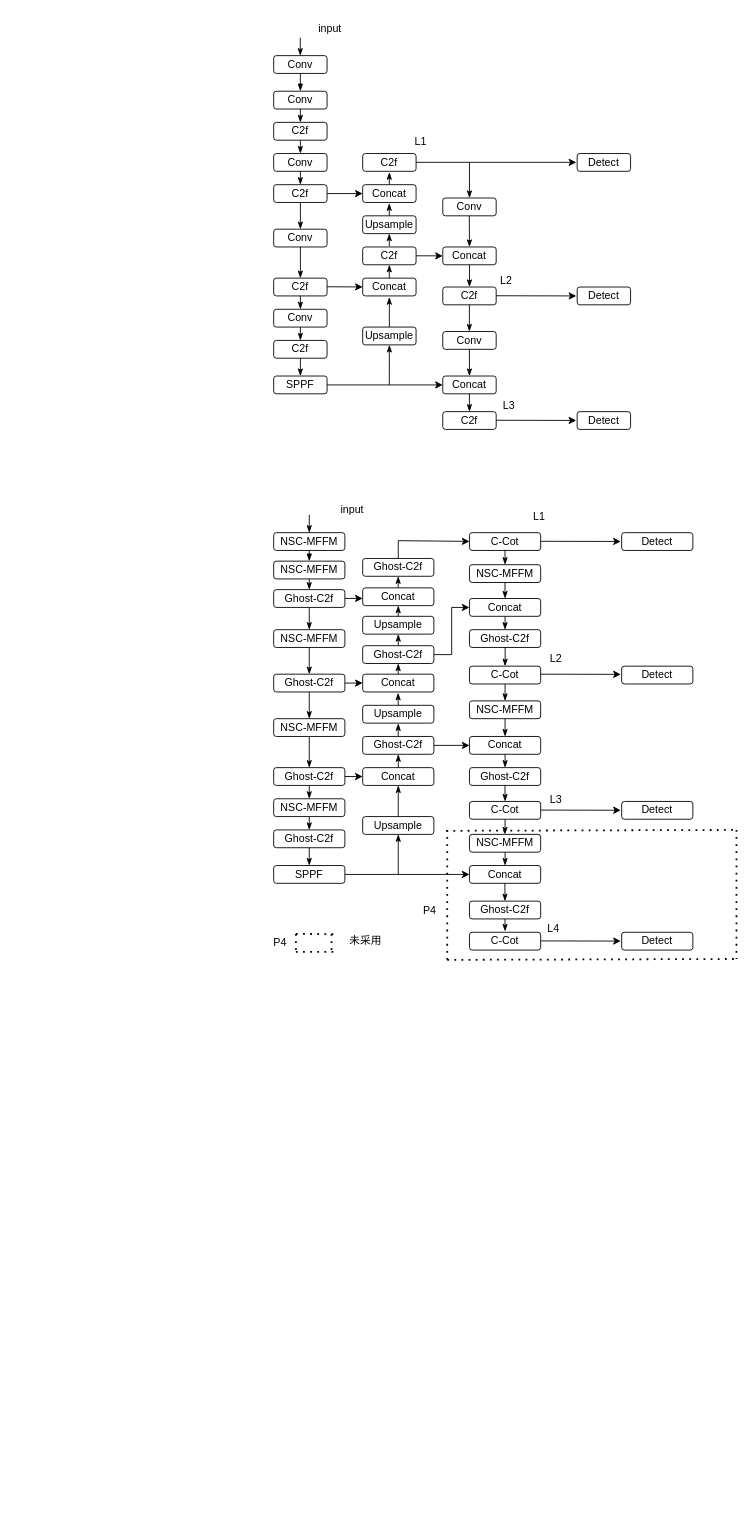
Earlier version of the draw.io diagram nscot_yolo.drawio (recluse99/tcp_ip). Source tidied: cells renumbered, new cells numbered last; positions are measured from the earlier drawing's top-left corner, leaving out a move shared by most shapes. Both pictures are drawn from the tidied source at 89%, with x=0, y=0 at pixel (264, 15).
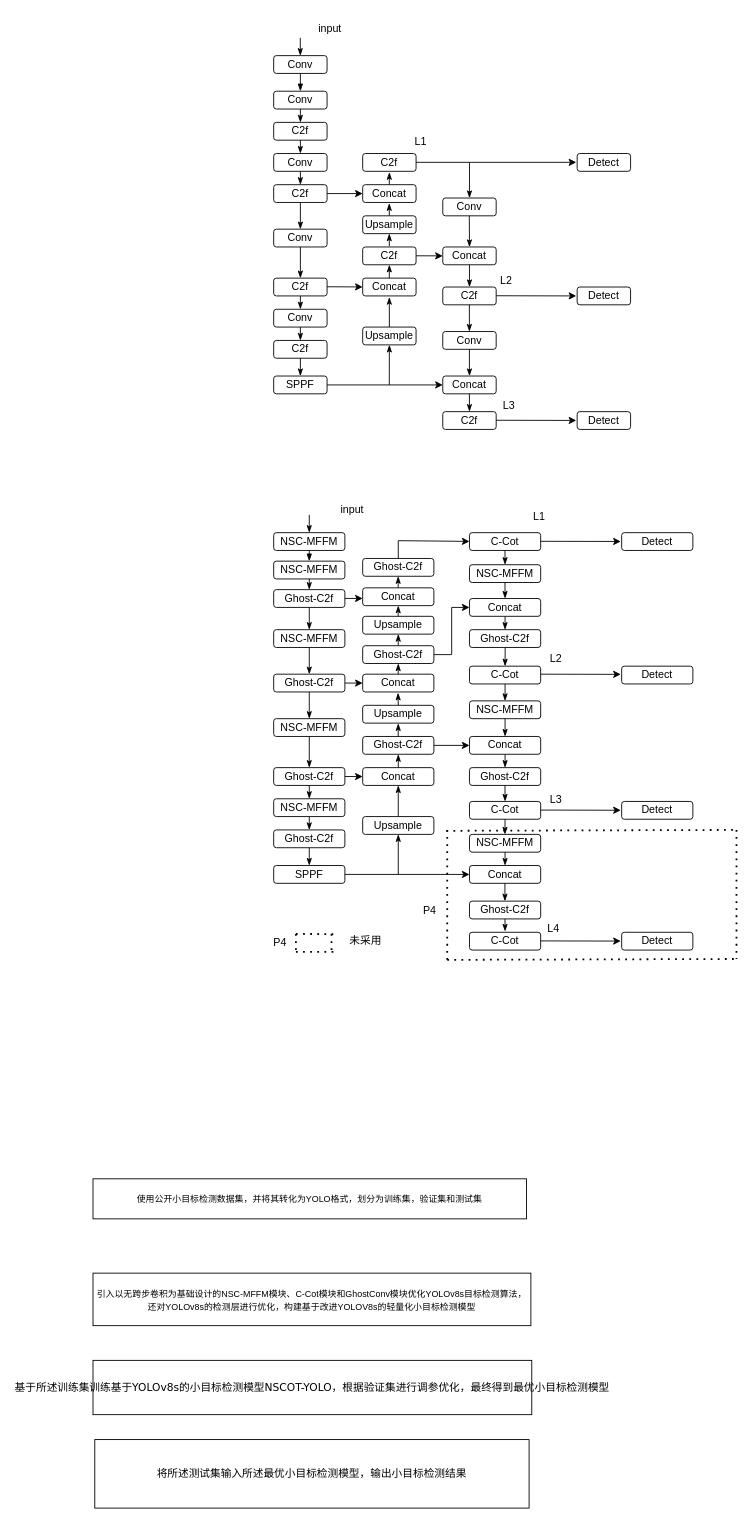
Above is the later version.

What changed in the source:
```diff
@@
+    <mxCell id="155" value="&lt;font style=&quot;font-size: 10px;&quot;&gt;使用公开小目标检测数据集，并将其转化为YOLO格式，划分为训练集，验证集和测试集&lt;/font&gt;" style="rounded=0;whiteSpace=wrap;html=1;" parent="1" vertex="1">
+      <mxGeometry x="-193" y="1307" width="487" height="45" as="geometry" />
+    </mxCell>
+    <mxCell id="156" value="&lt;pre&gt;&lt;font face=&quot;Verdana&quot;&gt;将所述测试集输入所述最优小目标检测模型，输出小目标检测结果&lt;/font&gt;&lt;/pre&gt;&lt;p class=&quot;MsoNormal&quot;&gt;&lt;span style=&quot;font-family: 宋体; letter-spacing: 0pt; font-size: 10.5pt; background-image: initial; background-position: initial; background-size: initial; background-repeat: initial; background-attachment: initial; background-origin: initial; background-clip: initial;&quot;&gt;&lt;/span&gt;&lt;/p&gt;" style="rounded=0;whiteSpace=wrap;html=1;" parent="1" vertex="1">
+      <mxGeometry x="-191" y="1600" width="488" height="77" as="geometry" />
+    </mxCell>
+    <mxCell id="157" value="&lt;p class=&quot;MsoNormal&quot;&gt;&lt;font style=&quot;font-size: 10px;&quot;&gt;&lt;font face=&quot;宋体&quot;&gt;引入以无跨步卷积为基础设计的&lt;/font&gt;&lt;font face=&quot;宋体&quot;&gt;NSC-MFFM模块、C-Cot模块和GhostConv模块优化YOLOv8s目标检测算法，还对YOLOv8s的检测层进行优化，构建基于改进YOLOV8s的轻量化小目标检测模型&lt;/font&gt;&lt;/font&gt;&lt;/p&gt;" style="rounded=0;whiteSpace=wrap;html=1;" parent="1" vertex="1">
+      <mxGeometry x="-193" y="1413" width="492" height="59" as="geometry" />
+    </mxCell>
+    <mxCell id="158" value="&lt;pre&gt;&lt;font face=&quot;Verdana&quot;&gt;基于所述训练集训练基于YOLOv8s的小目标检测模型NSCOT-YOLO，根据验证集进行调参优化，最终得到最优小目标检测模型&lt;/font&gt;&lt;/pre&gt;&lt;p class=&quot;MsoNormal&quot;&gt;&lt;span style=&quot;font-family: 宋体; letter-spacing: 0pt; font-size: 10.5pt; background-image: initial; background-position: initial; background-size: initial; background-repeat: initial; background-attachment: initial; background-origin: initial; background-clip: initial;&quot;&gt;&lt;/span&gt;&lt;/p&gt;" style="rounded=0;whiteSpace=wrap;html=1;" parent="1" vertex="1">
+      <mxGeometry x="-193" y="1511" width="493" height="61" as="geometry" />
+    </mxCell>
```
